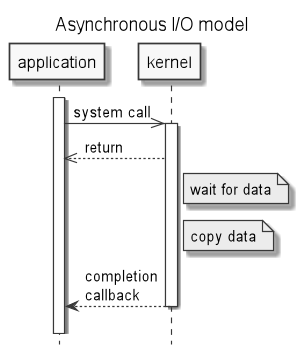
Earlier version of the PlantUML export .images/asynchronous_IO_model.png (c0p4c4b4n4/demo-sockets-io-nio-nio2).
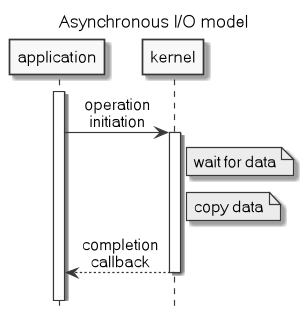
Later version of the same file.

Diff of the diagram source:
```diff
@@ -2,11 +2,13 @@
 title Asynchronous I/O model
 hide footbox
 skinparam monochrome true
-skinparam titleFontSize 16
+skinparam defaultFontName Microsoft Sans Serif
+skinparam titleFontSize 15
+
+skinparam sequenceMessageAlign center
 activate application
-application->>kernel: system call
+application->kernel: operation\ninitiation
 activate kernel
-kernel-->>application: return
 Note right of kernel: wait for data
 Note right of kernel: copy data
 kernel-->application: completion\ncallback
```
